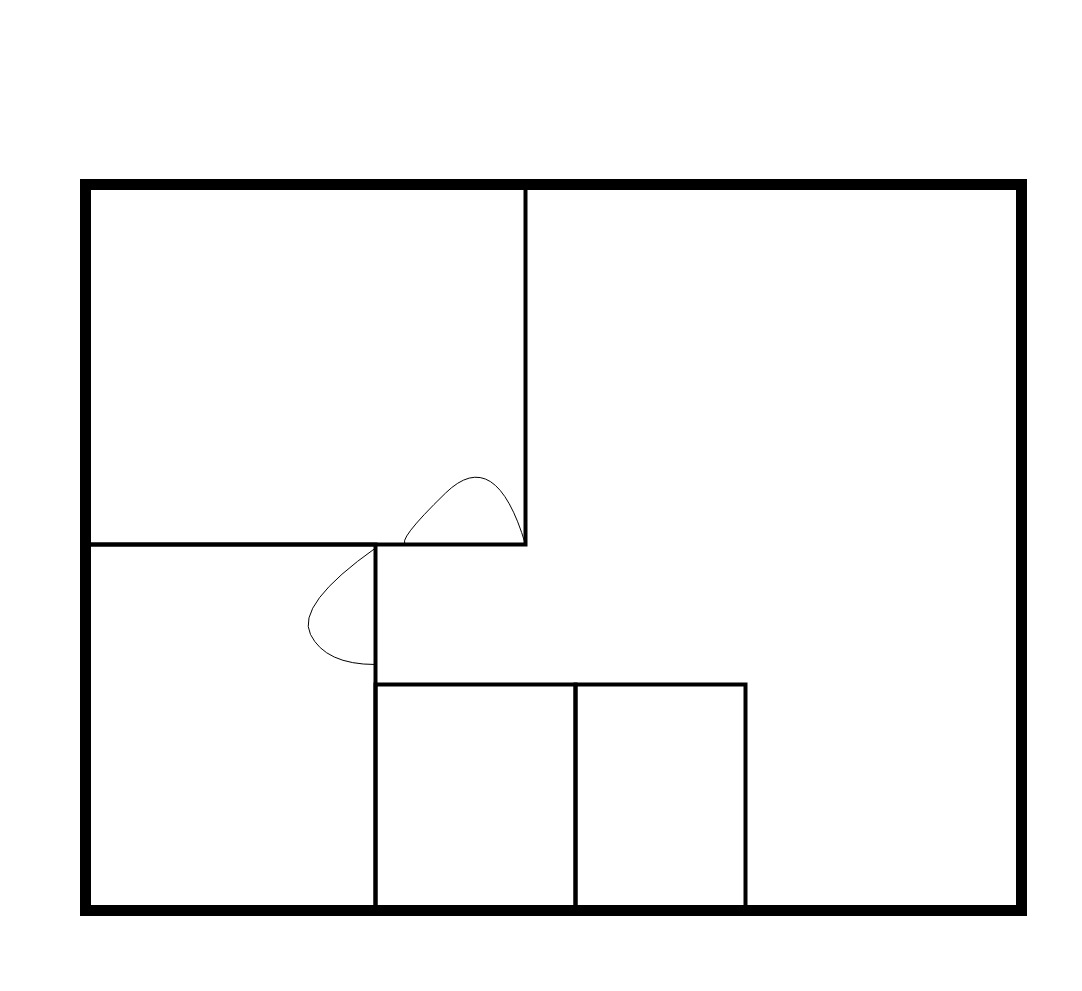
WelfareUnit/rysunki keeps this draw.io diagram as budynek.drawio. Above is the earlier version. Source tidied: cells renumbered, new cells numbered last; positions are measured from the earlier drawing's top-left corner, leaving out a move shared by most shapes. Both pictures are drawn from the tidied source at 100%, with x=0, y=0 at pixel (85, 184).
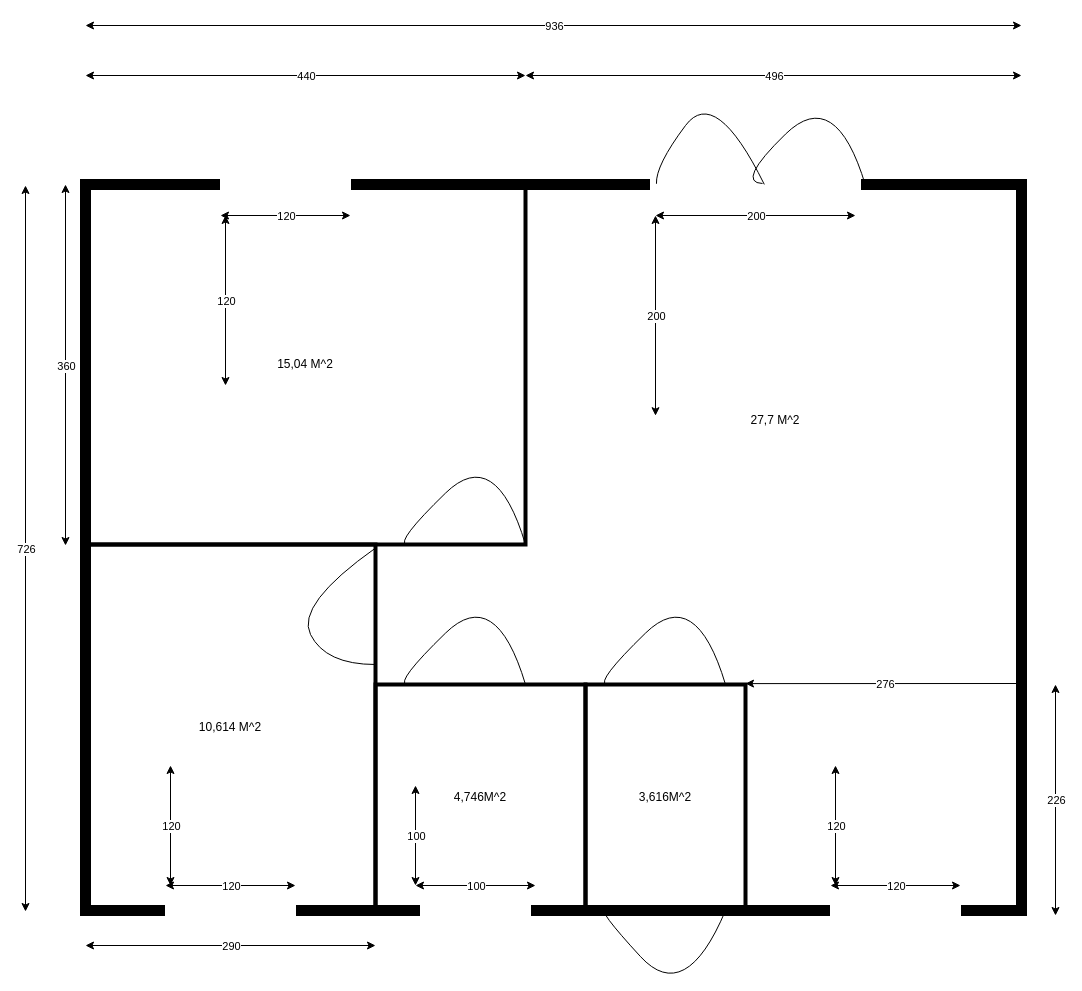
After the change.

What changed in the source:
```diff
@@
-    <mxCell id="2" style="rounded=0;whiteSpace=wrap;html=1;strokeWidth=11;glass=0;fillColor=none;" parent="1" vertex="1">
+    <mxCell id="2" style="rounded=0;whiteSpace=wrap;html=1;strokeWidth=11;glass=0;fillColor=none;direction=east;" parent="1" vertex="1">
       <mxGeometry width="936" height="726" as="geometry" />
     </mxCell>
-    <mxCell id="3" style="rounded=0;whiteSpace=wrap;html=1;glass=0;sketch=0;strokeWidth=4;fillColor=none;" parent="1" vertex="1">
+    <mxCell id="3" value="15,04 M^2" style="rounded=0;whiteSpace=wrap;html=1;glass=0;sketch=0;strokeWidth=4;fillColor=none;" parent="1" vertex="1">
       <mxGeometry width="440" height="360" as="geometry" />
     </mxCell>
-    <mxCell id="4" style="rounded=0;whiteSpace=wrap;html=1;glass=0;sketch=0;strokeWidth=4;fillColor=none;" parent="1" vertex="1">
+    <mxCell id="4" value="10,614 M^2" style="rounded=0;whiteSpace=wrap;html=1;glass=0;sketch=0;strokeWidth=4;fillColor=none;" parent="1" vertex="1">
       <mxGeometry y="360" width="290" height="366" as="geometry" />
     </mxCell>
-    <mxCell id="5" style="rounded=0;whiteSpace=wrap;html=1;glass=0;sketch=0;strokeWidth=4;fillColor=none;" parent="1" vertex="1">
-      <mxGeometry x="290" y="500" width="200" height="226" as="geometry" />
+    <mxCell id="5" value="4,746M^2" style="rounded=0;whiteSpace=wrap;html=1;glass=0;sketch=0;strokeWidth=4;fillColor=none;" parent="1" vertex="1">
+      <mxGeometry x="290" y="500" width="210" height="226" as="geometry" />
     </mxCell>
-    <mxCell id="6" style="rounded=0;whiteSpace=wrap;html=1;glass=0;sketch=0;strokeWidth=4;fillColor=none;" parent="1" vertex="1">
-      <mxGeometry x="490" y="500" width="170" height="226" as="geometry" />
+    <mxCell id="6" value="3,616M^2" style="rounded=0;whiteSpace=wrap;html=1;glass=0;sketch=0;strokeWidth=4;fillColor=none;" parent="1" vertex="1">
+      <mxGeometry x="500" y="500" width="160" height="226" as="geometry" />
     </mxCell>
@@
+    <mxCell id="9" style="curved=1;endArrow=none;html=1;rounded=1;sketch=0;endFill=0;entryX=0.729;entryY=1;entryDx=0;entryDy=0;exitX=1;exitY=1;exitDx=0;exitDy=0;entryPerimeter=0;" parent="1" edge="1">
+      <mxGeometry relative="1" as="geometry">
+        <mxPoint x="440" y="500" as="sourcePoint" />
+        <mxPoint x="320.8" y="500" as="targetPoint" />
+        <Array as="points">
+          <mxPoint x="410" y="400" />
+          <mxPoint x="310" y="497.2" />
+        </Array>
+      </mxGeometry>
+    </mxCell>
+    <mxCell id="10" style="curved=1;endArrow=none;html=1;rounded=1;sketch=0;endFill=0;entryX=0.729;entryY=1;entryDx=0;entryDy=0;exitX=1;exitY=1;exitDx=0;exitDy=0;entryPerimeter=0;" parent="1" edge="1">
+      <mxGeometry relative="1" as="geometry">
+        <mxPoint x="640" y="500" as="sourcePoint" />
+        <mxPoint x="520.8" y="500" as="targetPoint" />
+        <Array as="points">
+          <mxPoint x="610" y="400" />
+          <mxPoint x="510" y="497.2" />
+        </Array>
+      </mxGeometry>
+    </mxCell>
+    <mxCell id="11" style="curved=1;endArrow=none;html=1;rounded=1;sketch=0;endFill=0;entryX=0.729;entryY=1;entryDx=0;entryDy=0;exitX=1;exitY=1;exitDx=0;exitDy=0;entryPerimeter=0;" parent="1" edge="1">
+      <mxGeometry relative="1" as="geometry">
+        <mxPoint x="640" y="726" as="sourcePoint" />
+        <mxPoint x="520.8" y="726" as="targetPoint" />
+        <Array as="points">
+          <mxPoint x="600" y="821" />
+          <mxPoint x="510" y="723.2" />
+        </Array>
+      </mxGeometry>
+    </mxCell>
+    <mxCell id="12" style="rounded=0;whiteSpace=wrap;html=1;glass=0;sketch=0;strokeWidth=11;fillColor=none;strokeColor=#FFFFFF;" parent="1" vertex="1">
+      <mxGeometry x="140" width="120" height="1" as="geometry" />
+    </mxCell>
+    <mxCell id="13" style="rounded=0;whiteSpace=wrap;html=1;glass=0;sketch=0;strokeWidth=11;fillColor=none;strokeColor=#FFFFFF;" parent="1" vertex="1">
+      <mxGeometry x="570" width="200" height="1" as="geometry" />
+    </mxCell>
+    <mxCell id="14" style="rounded=0;whiteSpace=wrap;html=1;glass=0;sketch=0;strokeWidth=11;fillColor=none;strokeColor=#FFFFFF;" parent="1" vertex="1">
+      <mxGeometry x="85" y="726" width="120" height="1" as="geometry" />
+    </mxCell>
+    <mxCell id="15" style="rounded=0;whiteSpace=wrap;html=1;glass=0;sketch=0;strokeWidth=11;fillColor=none;strokeColor=#FFFFFF;" parent="1" vertex="1">
+      <mxGeometry x="340" y="725" width="100" height="1" as="geometry" />
+    </mxCell>
+    <mxCell id="16" style="rounded=0;whiteSpace=wrap;html=1;glass=0;sketch=0;strokeWidth=11;fillColor=none;strokeColor=#FFFFFF;" parent="1" vertex="1">
+      <mxGeometry x="750" y="726" width="120" height="1" as="geometry" />
+    </mxCell>
+    <mxCell id="17" style="endArrow=classic;html=1;rounded=1;sketch=0;curved=0;startArrow=classic;startFill=1;" parent="1" edge="1">
+      <mxGeometry relative="1" as="geometry">
+        <mxPoint y="761" as="sourcePoint" />
+        <mxPoint x="290" y="761" as="targetPoint" />
+      </mxGeometry>
+    </mxCell>
+    <mxCell id="18" value="&lt;div&gt;290&lt;/div&gt;" style="edgeLabel;html=1;align=center;verticalAlign=middle;rounded=0;glass=0;sketch=0;strokeColor=#FFFFFF;strokeWidth=11;fillColor=none;" parent="17" vertex="1">
+      <mxGeometry relative="1" as="geometry" />
+    </mxCell>
+    <mxCell id="19" style="endArrow=classic;html=1;rounded=1;sketch=0;curved=0;startArrow=classic;startFill=1;" parent="1" edge="1">
+      <mxGeometry relative="1" as="geometry">
+        <mxPoint x="80" y="701" as="sourcePoint" />
+        <mxPoint x="210" y="701" as="targetPoint" />
+      </mxGeometry>
+    </mxCell>
+    <mxCell id="20" value="120" style="edgeLabel;html=1;align=center;verticalAlign=middle;rounded=0;glass=0;sketch=0;strokeColor=#FFFFFF;strokeWidth=11;fillColor=none;" parent="19" vertex="1">
+      <mxGeometry relative="1" as="geometry" />
+    </mxCell>
+    <mxCell id="21" style="endArrow=classic;html=1;rounded=1;sketch=0;curved=0;startArrow=classic;startFill=1;" parent="1" edge="1">
+      <mxGeometry relative="1" as="geometry">
+        <mxPoint x="330" y="701" as="sourcePoint" />
+        <mxPoint x="450" y="701" as="targetPoint" />
+      </mxGeometry>
+    </mxCell>
+    <mxCell id="22" value="100" style="edgeLabel;html=1;align=center;verticalAlign=middle;rounded=0;glass=0;sketch=0;strokeColor=#FFFFFF;strokeWidth=11;fillColor=none;" parent="21" vertex="1">
+      <mxGeometry relative="1" as="geometry" />
+    </mxCell>
+    <mxCell id="23" style="endArrow=classic;html=1;rounded=1;sketch=0;curved=0;startArrow=classic;startFill=1;" parent="1" edge="1">
+      <mxGeometry relative="1" as="geometry">
+        <mxPoint x="745" y="701" as="sourcePoint" />
+        <mxPoint x="875" y="701" as="targetPoint" />
+      </mxGeometry>
+    </mxCell>
+    <mxCell id="24" value="120" style="edgeLabel;html=1;align=center;verticalAlign=middle;rounded=0;glass=0;sketch=0;strokeColor=#FFFFFF;strokeWidth=11;fillColor=none;" parent="23" vertex="1">
+      <mxGeometry relative="1" as="geometry" />
+    </mxCell>
+    <mxCell id="25" style="endArrow=classic;html=1;rounded=1;sketch=0;curved=0;startArrow=classic;startFill=1;" parent="1" edge="1">
+      <mxGeometry relative="1" as="geometry">
+        <mxPoint x="135" y="31" as="sourcePoint" />
+        <mxPoint x="265" y="31" as="targetPoint" />
+      </mxGeometry>
+    </mxCell>
+    <mxCell id="26" value="120" style="edgeLabel;html=1;align=center;verticalAlign=middle;rounded=0;glass=0;sketch=0;strokeColor=#FFFFFF;strokeWidth=11;fillColor=none;" parent="25" vertex="1">
+      <mxGeometry relative="1" as="geometry" />
+    </mxCell>
+    <mxCell id="27" style="endArrow=classic;html=1;rounded=1;sketch=0;curved=0;startArrow=classic;startFill=1;" parent="1" edge="1">
+      <mxGeometry relative="1" as="geometry">
+        <mxPoint x="570" y="31" as="sourcePoint" />
+        <mxPoint x="770" y="31" as="targetPoint" />
+      </mxGeometry>
+    </mxCell>
+    <mxCell id="28" value="200" style="edgeLabel;html=1;align=center;verticalAlign=middle;rounded=0;glass=0;sketch=0;strokeColor=#FFFFFF;strokeWidth=11;fillColor=none;" parent="27" vertex="1">
+      <mxGeometry relative="1" as="geometry" />
+    </mxCell>
+    <mxCell id="29" style="endArrow=classic;html=1;rounded=1;sketch=0;curved=0;startArrow=classic;startFill=1;" parent="1" edge="1">
+      <mxGeometry relative="1" as="geometry">
+        <mxPoint y="-109" as="sourcePoint" />
+        <mxPoint x="440" y="-109" as="targetPoint" />
+      </mxGeometry>
+    </mxCell>
+    <mxCell id="30" value="440" style="edgeLabel;html=1;align=center;verticalAlign=middle;rounded=0;glass=0;sketch=0;strokeColor=#FFFFFF;strokeWidth=11;fillColor=none;" parent="29" vertex="1">
+      <mxGeometry relative="1" as="geometry" />
+    </mxCell>
+    <mxCell id="31" style="endArrow=classic;html=1;rounded=1;sketch=0;curved=0;startArrow=classic;startFill=1;" parent="1" edge="1">
+      <mxGeometry relative="1" as="geometry">
+        <mxPoint x="440" y="-109" as="sourcePoint" />
+        <mxPoint x="936" y="-109" as="targetPoint" />
+      </mxGeometry>
+    </mxCell>
+    <mxCell id="32" value="&lt;div&gt;496&lt;/div&gt;" style="edgeLabel;html=1;align=center;verticalAlign=middle;rounded=0;glass=0;sketch=0;strokeColor=#FFFFFF;strokeWidth=11;fillColor=none;" parent="31" vertex="1">
+      <mxGeometry relative="1" as="geometry" />
+    </mxCell>
+    <mxCell id="33" style="endArrow=classic;html=1;rounded=1;sketch=0;curved=0;startArrow=classic;startFill=1;" parent="1" edge="1">
+      <mxGeometry relative="1" as="geometry">
+        <mxPoint y="-159" as="sourcePoint" />
+        <mxPoint x="936" y="-159" as="targetPoint" />
+      </mxGeometry>
+    </mxCell>
+    <mxCell id="34" value="936" style="edgeLabel;html=1;align=center;verticalAlign=middle;rounded=0;glass=0;sketch=0;strokeColor=#FFFFFF;strokeWidth=11;fillColor=none;" parent="33" vertex="1">
+      <mxGeometry relative="1" as="geometry" />
+    </mxCell>
+    <mxCell id="35" style="endArrow=classic;html=1;rounded=1;sketch=0;curved=0;startArrow=classic;startFill=1;" parent="1" edge="1">
+      <mxGeometry relative="1" as="geometry">
+        <mxPoint x="330" y="601" as="sourcePoint" />
+        <mxPoint x="330" y="701" as="targetPoint" />
+      </mxGeometry>
+    </mxCell>
+    <mxCell id="36" value="&lt;div&gt;100&lt;/div&gt;" style="edgeLabel;html=1;align=center;verticalAlign=middle;rounded=0;glass=0;sketch=0;strokeColor=#FFFFFF;strokeWidth=11;fillColor=none;" parent="35" vertex="1">
+      <mxGeometry relative="1" as="geometry" />
+    </mxCell>
+    <mxCell id="37" style="endArrow=classic;html=1;rounded=1;sketch=0;curved=0;startArrow=classic;startFill=1;" parent="1" edge="1">
+      <mxGeometry relative="1" as="geometry">
+        <mxPoint x="750" y="701" as="sourcePoint" />
+        <mxPoint x="750" y="581" as="targetPoint" />
+      </mxGeometry>
+    </mxCell>
+    <mxCell id="38" value="&lt;div&gt;120&lt;/div&gt;" style="edgeLabel;html=1;align=center;verticalAlign=middle;rounded=0;glass=0;sketch=0;strokeColor=#FFFFFF;strokeWidth=11;fillColor=none;" parent="37" vertex="1">
+      <mxGeometry relative="1" as="geometry" />
+    </mxCell>
+    <mxCell id="39" style="endArrow=classic;html=1;rounded=1;sketch=0;curved=0;startArrow=classic;startFill=1;" parent="1" edge="1">
+      <mxGeometry relative="1" as="geometry">
+        <mxPoint x="140" y="31" as="sourcePoint" />
+        <mxPoint x="140" y="201" as="targetPoint" />
+      </mxGeometry>
+    </mxCell>
+    <mxCell id="40" value="&lt;div&gt;120&lt;/div&gt;" style="edgeLabel;html=1;align=center;verticalAlign=middle;rounded=0;glass=0;sketch=0;strokeColor=#FFFFFF;strokeWidth=11;fillColor=none;" parent="39" vertex="1">
+      <mxGeometry relative="1" as="geometry" />
+    </mxCell>
+    <mxCell id="41" style="endArrow=classic;html=1;rounded=1;sketch=0;curved=0;startArrow=classic;startFill=1;" parent="1" edge="1">
+      <mxGeometry relative="1" as="geometry">
+        <mxPoint x="570" y="31" as="sourcePoint" />
+        <mxPoint x="570" y="231.2" as="targetPoint" />
+      </mxGeometry>
+    </mxCell>
+    <mxCell id="42" value="200" style="edgeLabel;html=1;align=center;verticalAlign=middle;rounded=0;glass=0;sketch=0;strokeColor=#FFFFFF;strokeWidth=11;fillColor=none;" parent="41" vertex="1">
+      <mxGeometry relative="1" as="geometry" />
+    </mxCell>
+    <mxCell id="43" style="endArrow=classic;html=1;rounded=1;sketch=0;curved=0;startArrow=classic;startFill=1;" parent="1" edge="1">
+      <mxGeometry relative="1" as="geometry">
+        <mxPoint x="85" y="581" as="sourcePoint" />
+        <mxPoint x="85" y="701" as="targetPoint" />
+      </mxGeometry>
+    </mxCell>
+    <mxCell id="44" value="&lt;div&gt;120&lt;/div&gt;" style="edgeLabel;html=1;align=center;verticalAlign=middle;rounded=0;glass=0;sketch=0;strokeColor=#FFFFFF;strokeWidth=11;fillColor=none;" parent="43" vertex="1">
+      <mxGeometry relative="1" as="geometry" />
+    </mxCell>
+    <mxCell id="45" style="endArrow=classic;html=1;rounded=1;sketch=0;curved=0;startArrow=classic;startFill=1;" parent="1" edge="1">
+      <mxGeometry relative="1" as="geometry">
+        <mxPoint x="-20" as="sourcePoint" />
+        <mxPoint x="-20" y="361" as="targetPoint" />
+      </mxGeometry>
+    </mxCell>
+    <mxCell id="46" value="&lt;div&gt;360&lt;/div&gt;" style="edgeLabel;html=1;align=center;verticalAlign=middle;rounded=0;glass=0;sketch=0;strokeColor=#FFFFFF;strokeWidth=11;fillColor=none;" parent="45" vertex="1">
+      <mxGeometry relative="1" as="geometry" />
+    </mxCell>
+    <mxCell id="47" style="endArrow=classic;html=1;rounded=1;sketch=0;curved=0;startArrow=classic;startFill=1;" parent="1" edge="1">
+      <mxGeometry relative="1" as="geometry">
+        <mxPoint x="660" y="499.1" as="sourcePoint" />
+        <mxPoint x="940" y="499" as="targetPoint" />
+      </mxGeometry>
+    </mxCell>
+    <mxCell id="48" value="&lt;div&gt;276&lt;/div&gt;" style="edgeLabel;html=1;align=center;verticalAlign=middle;rounded=0;glass=0;sketch=0;strokeColor=#FFFFFF;strokeWidth=11;fillColor=none;" parent="47" vertex="1">
+      <mxGeometry relative="1" as="geometry" />
+    </mxCell>
+    <mxCell id="49" style="endArrow=classic;html=1;rounded=1;sketch=0;curved=0;startArrow=classic;startFill=1;" parent="1" edge="1">
+      <mxGeometry relative="1" as="geometry">
+        <mxPoint x="970" y="731" as="sourcePoint" />
+        <mxPoint x="970" y="500" as="targetPoint" />
+      </mxGeometry>
+    </mxCell>
+    <mxCell id="50" value="226" style="edgeLabel;html=1;align=center;verticalAlign=middle;rounded=0;glass=0;sketch=0;strokeColor=#FFFFFF;strokeWidth=11;fillColor=none;" parent="49" vertex="1">
+      <mxGeometry relative="1" as="geometry" />
+    </mxCell>
+    <mxCell id="51" value="27,7 M^2" style="text;html=1;strokeColor=none;fillColor=none;align=center;verticalAlign=middle;whiteSpace=wrap;rounded=0;glass=0;sketch=0;" parent="1" vertex="1">
+      <mxGeometry x="660" y="221" width="60" height="30" as="geometry" />
+    </mxCell>
+    <mxCell id="52" style="endArrow=classic;html=1;rounded=1;sketch=0;curved=0;startArrow=classic;startFill=1;" parent="1" edge="1">
+      <mxGeometry relative="1" as="geometry">
+        <mxPoint x="-60" y="1" as="sourcePoint" />
+        <mxPoint x="-60" y="727" as="targetPoint" />
+      </mxGeometry>
+    </mxCell>
+    <mxCell id="53" value="&lt;div&gt;726&lt;/div&gt;" style="edgeLabel;html=1;align=center;verticalAlign=middle;rounded=0;glass=0;sketch=0;strokeColor=#FFFFFF;strokeWidth=11;fillColor=none;" parent="52" vertex="1">
+      <mxGeometry relative="1" as="geometry" />
+    </mxCell>
+    <mxCell id="54" style="curved=1;endArrow=none;html=1;rounded=1;sketch=0;endFill=0;entryX=0.535;entryY=-1;entryDx=0;entryDy=0;exitX=1;exitY=1;exitDx=0;exitDy=0;entryPerimeter=0;" parent="1" edge="1" target="13">
+      <mxGeometry relative="1" as="geometry">
+        <mxPoint x="780" y="1" as="sourcePoint" />
+        <Array as="points">
+          <mxPoint x="750" y="-99" />
+          <mxPoint x="650" y="-1.8" />
+        </Array>
+      </mxGeometry>
+    </mxCell>
+    <mxCell id="55" style="curved=1;endArrow=none;html=1;rounded=1;sketch=0;endFill=0;entryX=0.61;entryY=-0.001;entryDx=0;entryDy=0;exitX=0.544;exitY=-0.091;exitDx=0;exitDy=0;entryPerimeter=0;exitPerimeter=0;" parent="1" edge="1" source="13" target="2">
+      <mxGeometry relative="1" as="geometry">
+        <Array as="points">
+          <mxPoint x="630" y="-99" />
+          <mxPoint x="570" y="-19" />
+        </Array>
+      </mxGeometry>
+    </mxCell>
```
